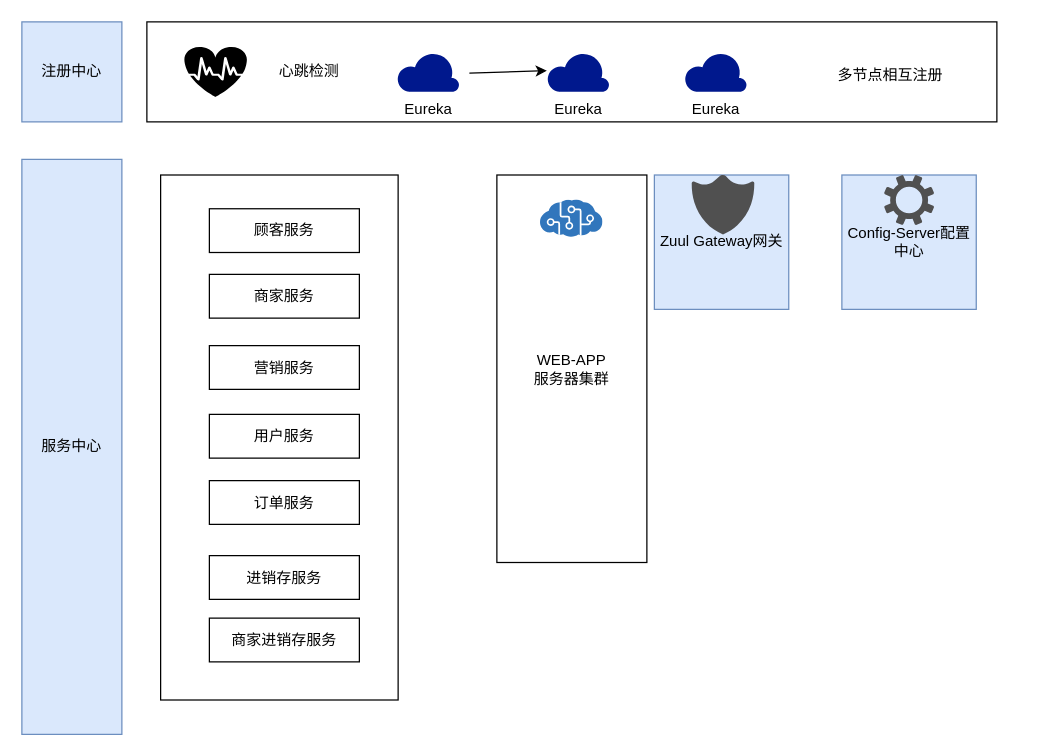
Above: Untitled Diagram.drawio in VanShell/xufan (draw.io), before the change. Source tidied: cells renumbered, new cells numbered last; positions are measured from the earlier drawing's top-left corner, leaving out a move shared by most shapes. Both pictures are drawn from the tidied source at 125%, with x=0, y=0 at pixel (21, 21).
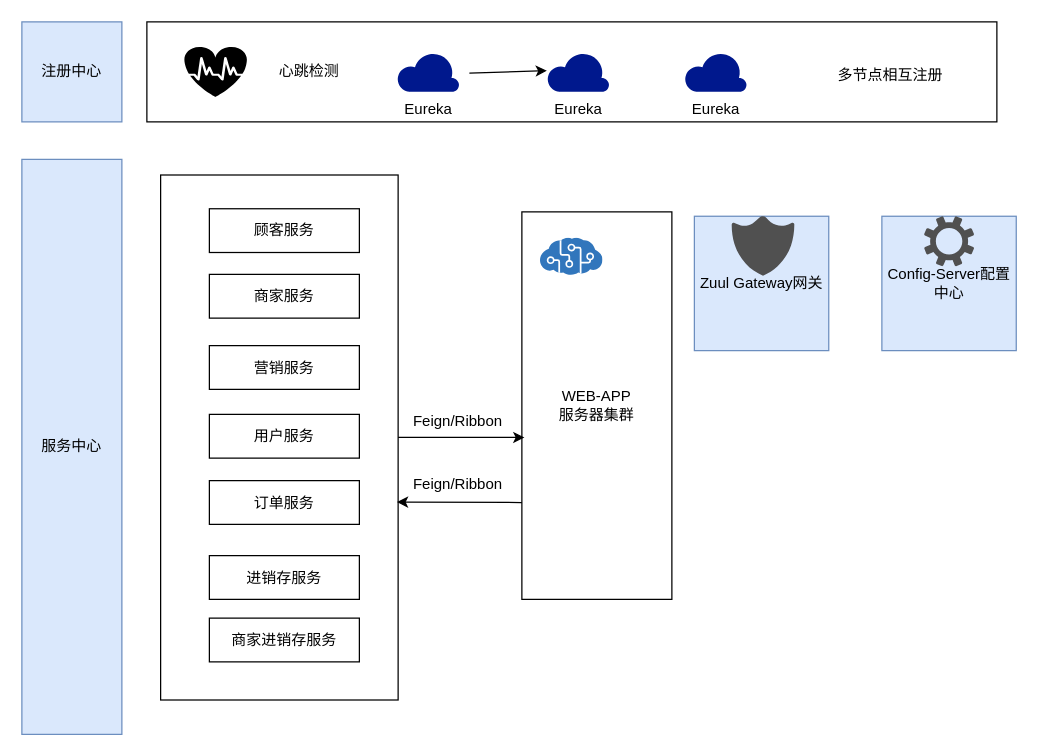
After the change.

Commit message:
Feign/Ribbon

Unchanged cells that the change refers to:
```xml
<mxCell id="25" style="rounded=0;whiteSpace=wrap;html=1;strokeColor=#000000;fillColor=none;" parent="1" vertex="1">
  <mxGeometry x="111" y="122.5" width="190" height="420" as="geometry" />
</mxCell>
```

Diff of the diagram source:
```diff
@@
     <mxCell id="3" value="Config-Server配置中心" style="whiteSpace=wrap;html=1;fillColor=#dae8fc;strokeColor=#6c8ebf;" parent="1" vertex="1">
-      <mxGeometry x="656" y="122.5" width="107.5" height="107.5" as="geometry" />
+      <mxGeometry x="688" y="155.5" width="107.5" height="107.5" as="geometry" />
     </mxCell>
     <mxCell id="4" value="Zuul Gateway网关" style="whiteSpace=wrap;html=1;fillColor=#dae8fc;strokeColor=#6c8ebf;" parent="1" vertex="1">
-      <mxGeometry x="506" y="122.5" width="107.5" height="107.5" as="geometry" />
+      <mxGeometry x="538" y="155.5" width="107.5" height="107.5" as="geometry" />
     </mxCell>
@@
     <mxCell id="14" style="shadow=0;dashed=0;html=1;strokeColor=none;labelPosition=center;verticalLabelPosition=bottom;verticalAlign=top;align=center;fillColor=#505050;shape=mxgraph.mscae.enterprise.settings;" parent="1" vertex="1">
-      <mxGeometry x="689.8" y="122.5" width="40" height="40" as="geometry" />
+      <mxGeometry x="721.8" y="155.5" width="40" height="40" as="geometry" />
     </mxCell>
     <mxCell id="15" style="shadow=0;dashed=0;html=1;strokeColor=none;labelPosition=center;verticalLabelPosition=bottom;verticalAlign=top;align=center;fillColor=#505050;shape=mxgraph.mscae.intune.protection;" parent="1" vertex="1">
-      <mxGeometry x="535.8" y="122.5" width="50.2" height="47.5" as="geometry" />
+      <mxGeometry x="567.8" y="155.5" width="50.2" height="47.5" as="geometry" />
     </mxCell>
@@
     <mxCell id="23" value="WEB-APP&lt;br&gt;服务器集群" style="rounded=0;whiteSpace=wrap;html=1;strokeColor=#000000;fillColor=#ffffff;" parent="1" vertex="1">
-      <mxGeometry x="380" y="122.5" width="120" height="310" as="geometry" />
+      <mxGeometry x="400" y="152" width="120" height="310" as="geometry" />
     </mxCell>
     <mxCell id="24" style="html=1;align=center;image;fontSize=12;image=img/lib/mscae/Cognitive_Services.svg;strokeColor=#000000;fillColor=#ffffff;" parent="1" vertex="1">
-      <mxGeometry x="415" y="142.5" width="50" height="30" as="geometry" />
+      <mxGeometry x="415" y="173" width="50" height="30" as="geometry" />
     </mxCell>
@@
+    <mxCell id="26" style="endArrow=classic;html=1;entryX=0.017;entryY=0.582;entryDx=0;entryDy=0;entryPerimeter=0;" parent="1" edge="1" source="25" target="23">
+      <mxGeometry relative="1" as="geometry" />
+    </mxCell>
+    <mxCell id="27" style="endArrow=classic;html=1;entryX=0.995;entryY=0.623;entryDx=0;entryDy=0;entryPerimeter=0;exitX=0;exitY=0.75;exitDx=0;exitDy=0;" parent="1" edge="1" source="23" target="25">
+      <mxGeometry relative="1" as="geometry" />
+    </mxCell>
+    <mxCell id="28" value="Feign/Ribbon" style="text;html=1;strokeColor=none;fillColor=none;align=center;verticalAlign=middle;whiteSpace=wrap;rounded=0;" parent="1" vertex="1">
+      <mxGeometry x="329" y="310" width="40" height="20" as="geometry" />
+    </mxCell>
+    <mxCell id="29" value="Feign/Ribbon" style="text;html=1;strokeColor=none;fillColor=none;align=center;verticalAlign=middle;whiteSpace=wrap;rounded=0;" parent="1" vertex="1">
+      <mxGeometry x="329" y="360" width="40" height="20" as="geometry" />
+    </mxCell>
```
